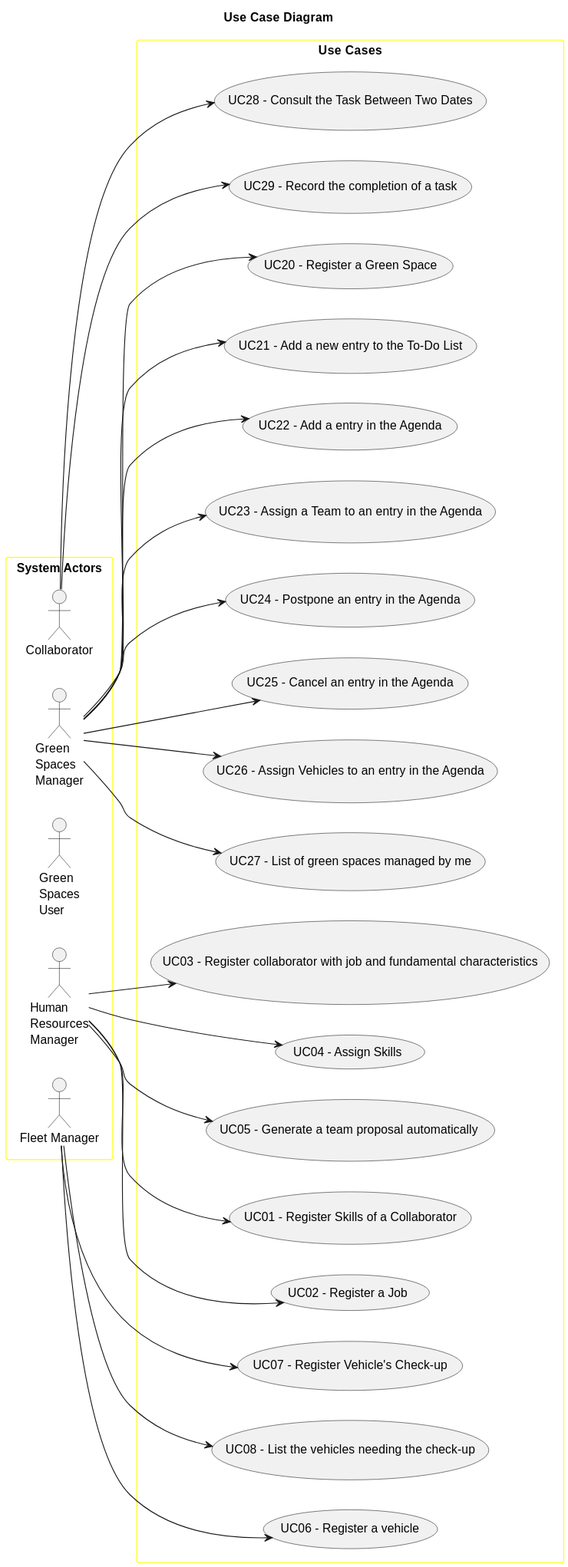
This is docs/sprintA&B&C/global-artifacts/01.requirements-engineering/svg/use-case-diagram.svg from daniel41silva05/ISEP_2023_2024_LAPR2, a PlantUML export, as it was before one commit.
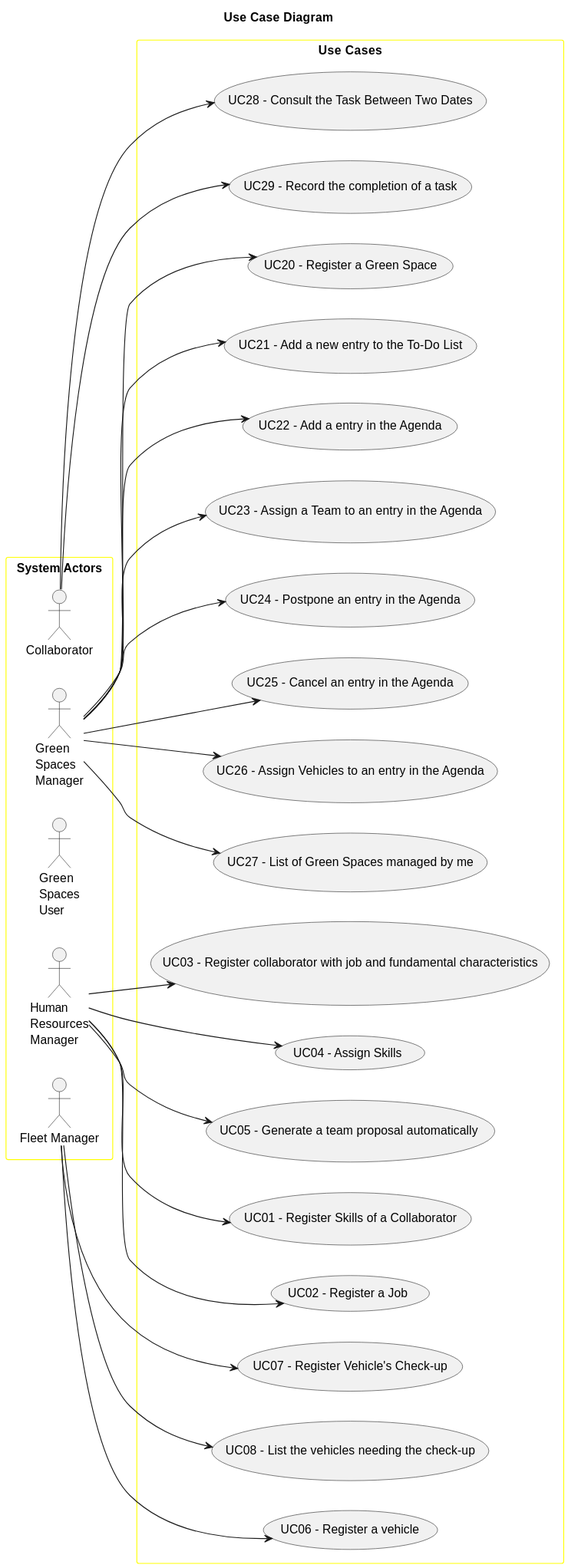
The same file after the commit.

Commit message:
Global artifacts - update use case diagram

The edit, as a diff of the source:
```diff
@@ -49,7 +49,7 @@
     GSM --> UC25
     usecase "UC26 - Assign Vehicles to an entry in the Agenda" as UC26
     GSM --> UC26
-    usecase "UC27 - List of green spaces managed by me" as UC27
+    usecase "UC27 - List of Green Spaces managed by me" as UC27
     GSM --> UC27
     usecase "UC28 - Consult the Task Between Two Dates" as UC28
     Collaborator --> UC28
```
